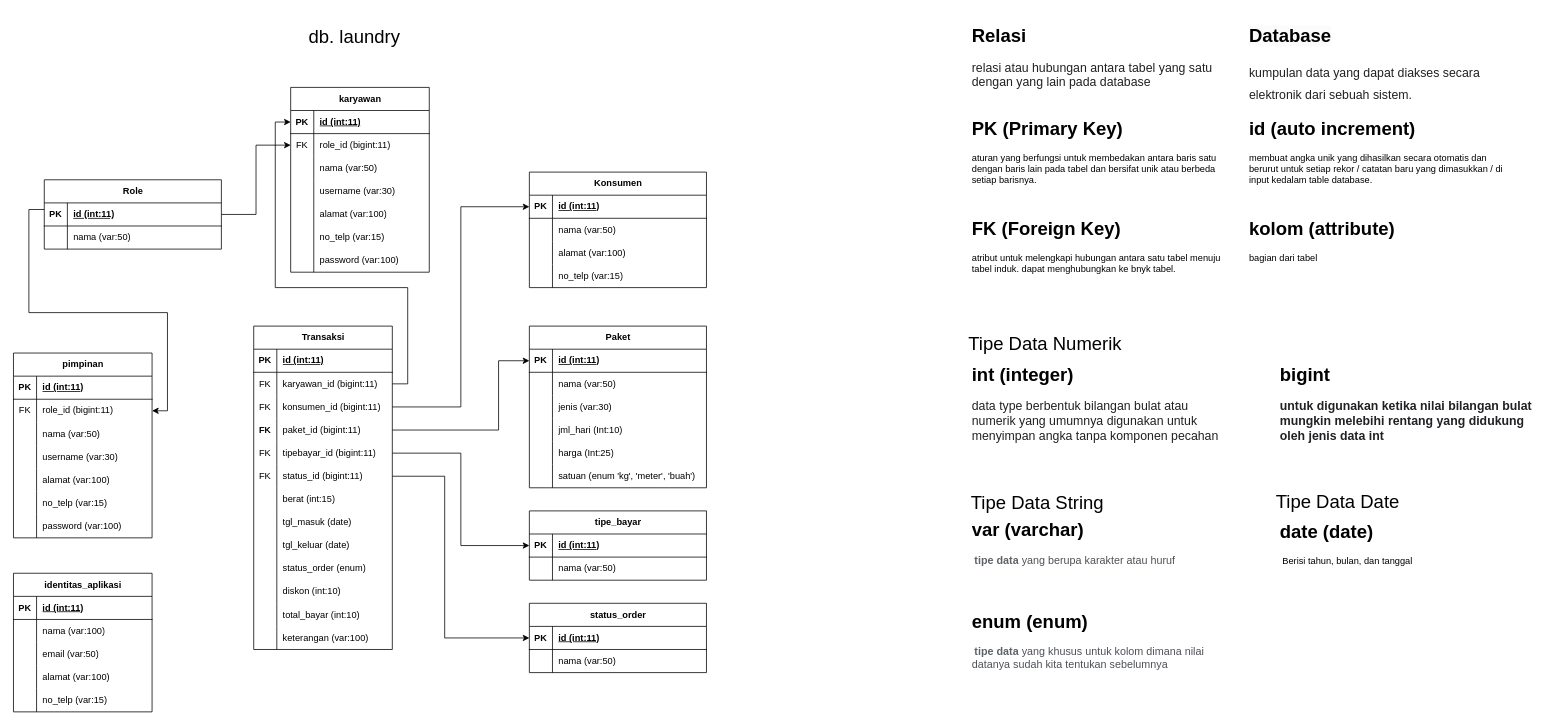
Above: page "Relasi" (4 of 4) of Desain Ujikom.drawio in alditasptnsr/ujikom_aldita (draw.io), before the change. Source tidied: cells renumbered, new cells numbered last; positions are measured from the earlier drawing's top-left corner, leaving out a move shared by most shapes. Both pictures are drawn from the tidied source at 77%, with x=0, y=0 at pixel (13, 21).
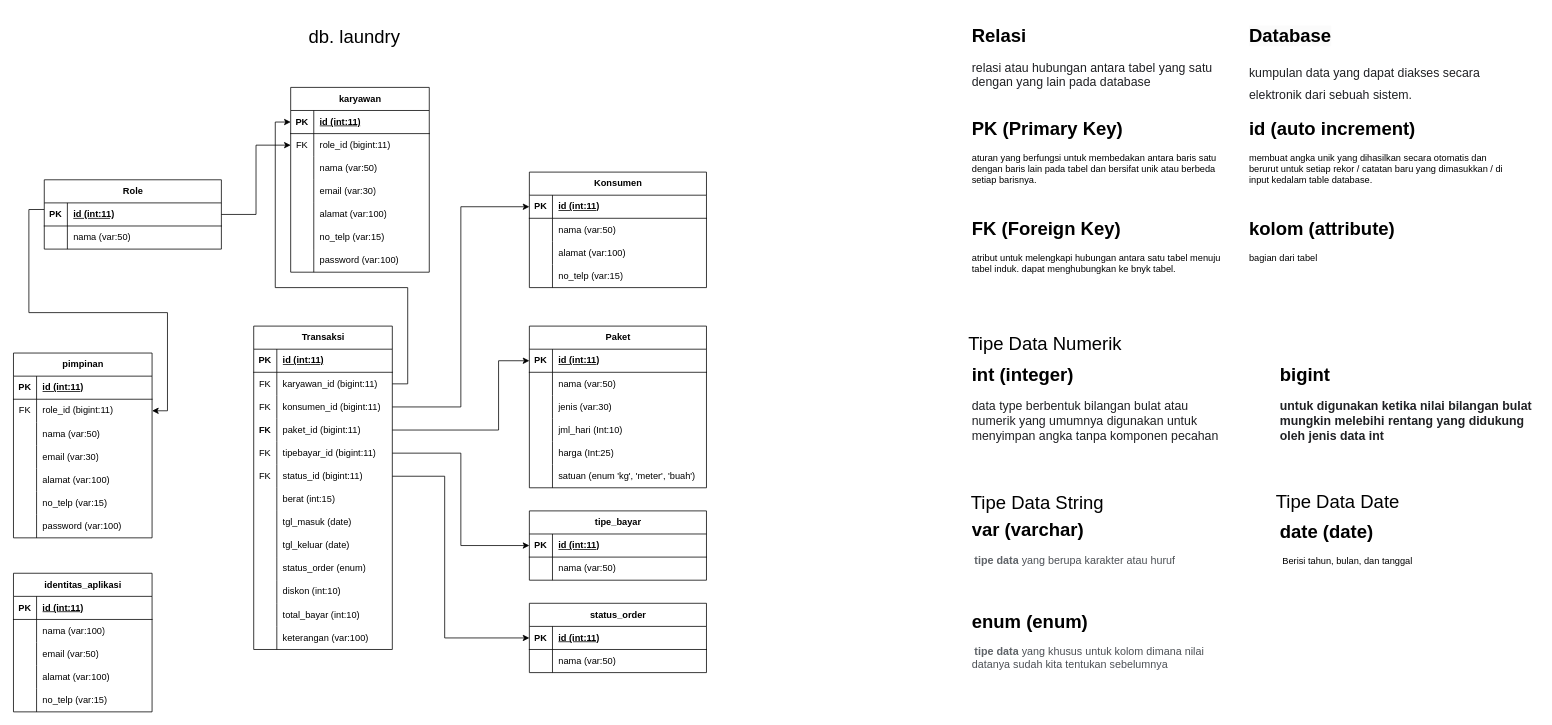
After the change.

Unchanged cells that the change refers to:
```xml
<mxCell id="13" style="shape=tableRow;horizontal=0;startSize=0;swimlaneHead=0;swimlaneBody=0;fillColor=none;top=0;left=0;right=0;bottom=0;" parent="3" vertex="1">
  <mxGeometry y="120" width="180" height="30" as="geometry" />
</mxCell>
<mxCell id="163" style="shape=tableRow;horizontal=0;startSize=0;swimlaneHead=0;swimlaneBody=0;fillColor=none;top=0;left=0;right=0;bottom=0;" parent="153" vertex="1">
  <mxGeometry y="120" width="180" height="30" as="geometry" />
</mxCell>
```

Change to the diagram source:
```diff
@@
-    <mxCell id="15" value="username (var:30)" style="shape=partialRectangle;fillColor=none;top=0;left=0;bottom=0;right=0;align=left;spacingLeft=6;overflow=hidden;whiteSpace=wrap;html=1;" parent="13" vertex="1">
+    <mxCell id="15" value="email (var:30)" style="shape=partialRectangle;fillColor=none;top=0;left=0;bottom=0;right=0;align=left;spacingLeft=6;overflow=hidden;whiteSpace=wrap;html=1;" parent="13" vertex="1">
       <mxGeometry x="30" width="150" height="30" as="geometry" />
     </mxCell>
@@
-    <mxCell id="165" value="username (var:30)" style="shape=partialRectangle;fillColor=none;top=0;left=0;bottom=0;right=0;align=left;spacingLeft=6;overflow=hidden;whiteSpace=wrap;html=1;" parent="163" vertex="1">
+    <mxCell id="165" value="email (var:30)" style="shape=partialRectangle;fillColor=none;top=0;left=0;bottom=0;right=0;align=left;spacingLeft=6;overflow=hidden;whiteSpace=wrap;html=1;" parent="163" vertex="1">
       <mxGeometry x="30" width="150" height="30" as="geometry" />
     </mxCell>
```
